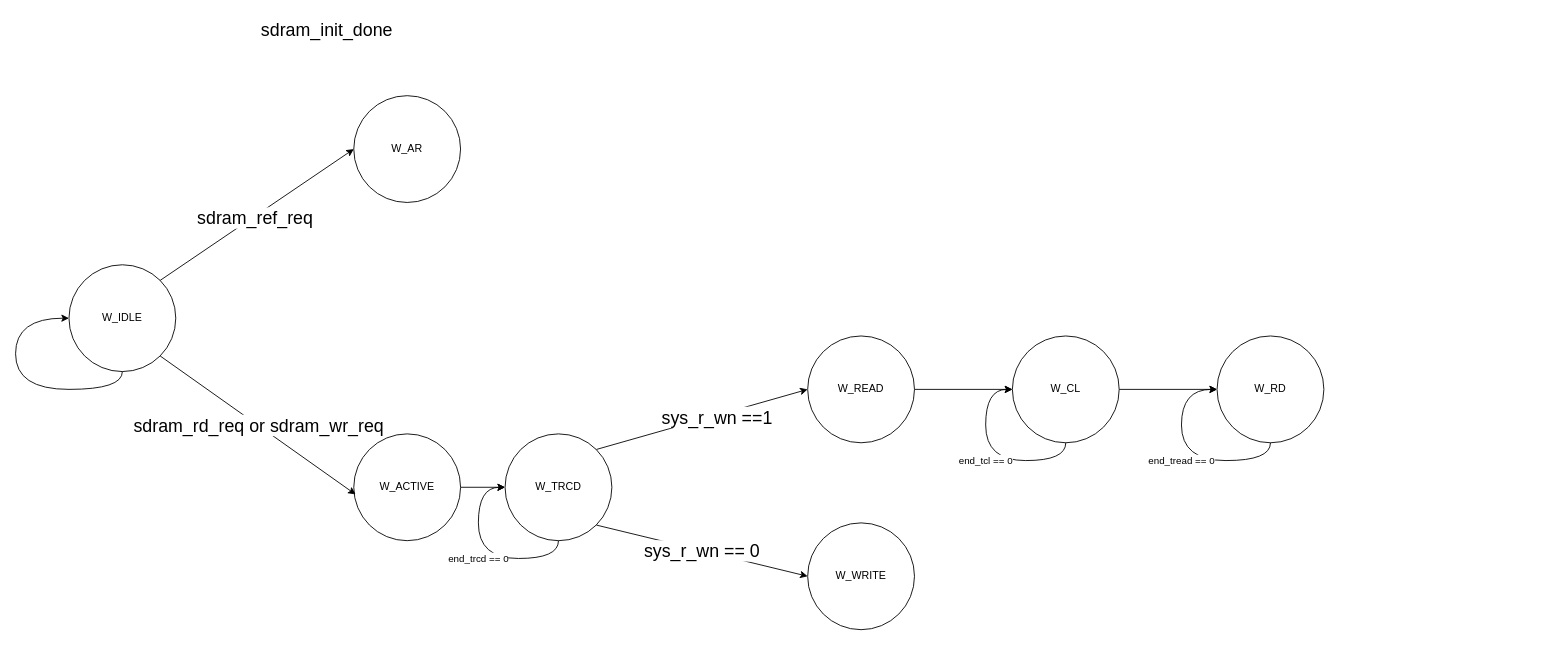
The draw.io diagram hardware/sdram_states.drawio in Manistein/let-us-build-a-computer-system, before the edit. Source tidied: cells renumbered, new cells numbered last; positions are measured from the earlier drawing's top-left corner, leaving out a move shared by most shapes. Both pictures are drawn from the tidied source at 89%, with x=0, y=0 at pixel (15, 15).
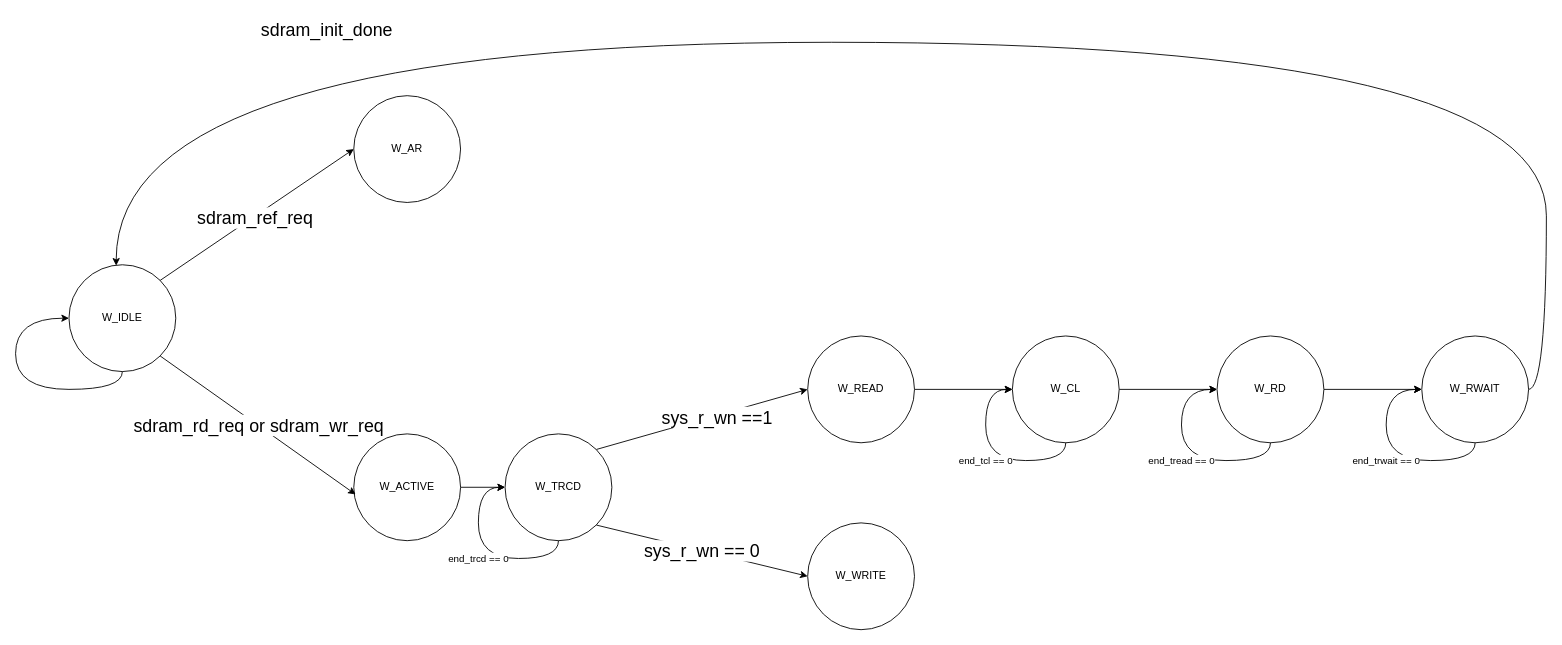
The same diagram, later.

The change refers to these unchanged cells:
```xml
<mxCell id="2" value="W_IDLE" style="ellipse;whiteSpace=wrap;html=1;" parent="1" vertex="1">
  <mxGeometry x="60" y="280" width="120" height="120" as="geometry" />
</mxCell>
<mxCell id="22" value="W_RD" style="ellipse;whiteSpace=wrap;html=1;" parent="1" vertex="1">
  <mxGeometry x="1350" y="360" width="120" height="120" as="geometry" />
</mxCell>
```

Change to the diagram source:
```diff
@@
+    <mxCell id="24" style="edgeStyle=orthogonalEdgeStyle;rounded=0;jettySize=auto;html=1;exitX=1;exitY=0.5;exitDx=0;exitDy=0;" parent="1" edge="1" source="22" target="26">
+      <mxGeometry relative="1" as="geometry" />
+    </mxCell>
@@
+    <mxCell id="25" style="edgeStyle=orthogonalEdgeStyle;rounded=0;jettySize=auto;html=1;exitX=1;exitY=0.5;exitDx=0;exitDy=0;entryX=0.442;entryY=0.008;entryDx=0;entryDy=0;entryPerimeter=0;curved=1;" parent="1" edge="1" source="26" target="2">
+      <mxGeometry relative="1" as="geometry">
+        <Array as="points">
+          <mxPoint x="1720" y="420" />
+          <mxPoint x="1720" y="30" />
+          <mxPoint x="113" y="30" />
+        </Array>
+      </mxGeometry>
+    </mxCell>
+    <mxCell id="26" value="W_RWAIT" style="ellipse;whiteSpace=wrap;html=1;" parent="1" vertex="1">
+      <mxGeometry x="1580" y="360" width="120" height="120" as="geometry" />
+    </mxCell>
+    <mxCell id="27" value="end_trwait == 0" style="edgeStyle=orthogonalEdgeStyle;rounded=0;orthogonalLoop=1;jettySize=auto;html=1;exitX=0.5;exitY=1;exitDx=0;exitDy=0;entryX=0;entryY=0.5;entryDx=0;entryDy=0;curved=1;" parent="1" edge="1" source="26" target="26">
+      <mxGeometry relative="1" as="geometry">
+        <Array as="points">
+          <mxPoint x="1640" y="500" />
+          <mxPoint x="1540" y="500" />
+          <mxPoint x="1540" y="420" />
+        </Array>
+      </mxGeometry>
+    </mxCell>
```
